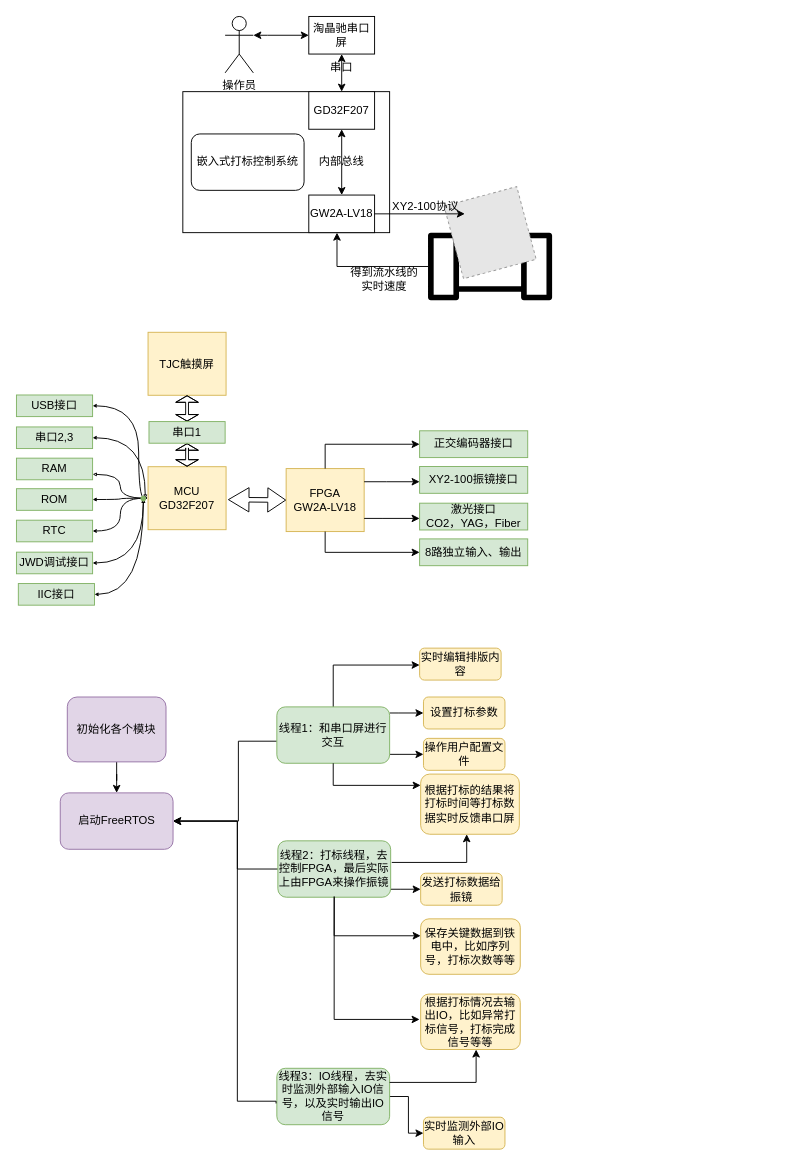
ForestLH/imghost keeps this draw.io diagram as img/未命名绘图.drawio. Above is the earlier version. Source tidied: cells renumbered, new cells numbered last; positions are measured from the earlier drawing's top-left corner, leaving out a move shared by most shapes. Both pictures are drawn from the tidied source at 94%, with x=0, y=0 at pixel (16, 16). Pictures stored in the file or linked from it are replaced by grey dashed boxes.
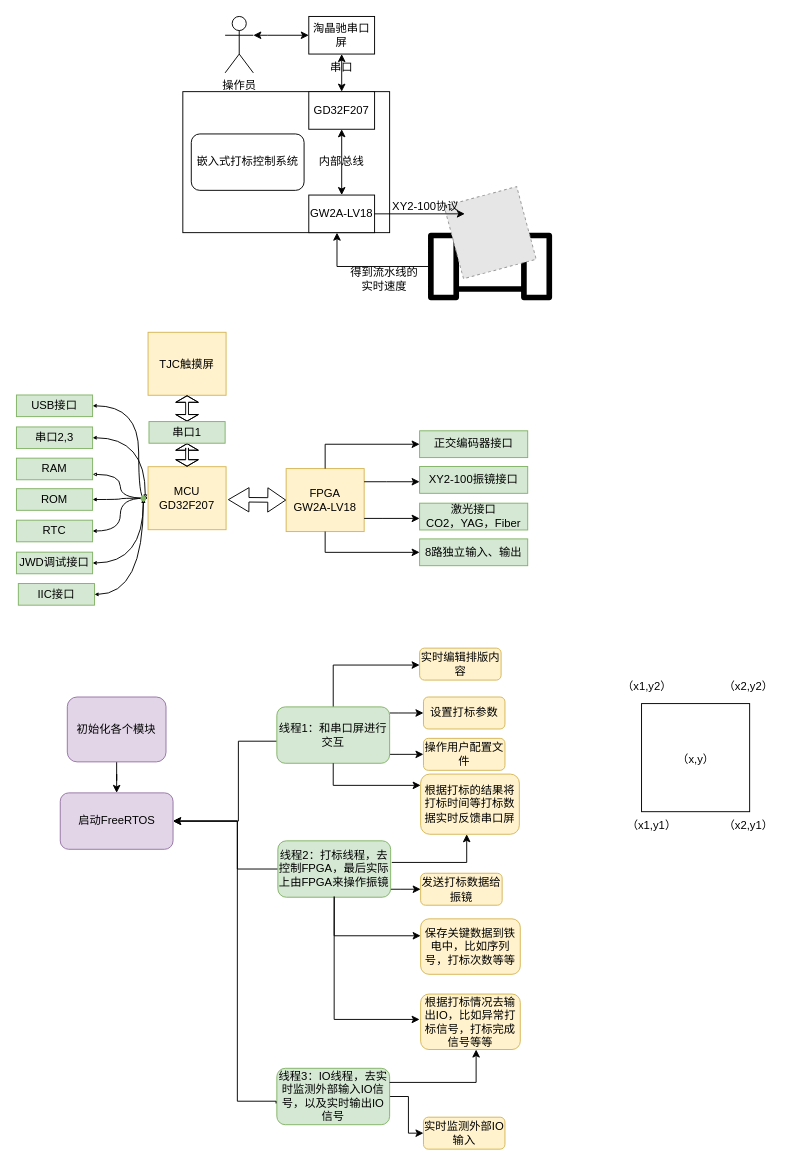
Above is the later version.

Commit message:
更新未命名绘图.drawio

What changed in the source:
```diff
@@
+    <mxCell id="77" style="whiteSpace=wrap;html=1;" parent="1" vertex="1">
+      <mxGeometry x="665" y="731" width="115" height="115" as="geometry" />
+    </mxCell>
+    <mxCell id="78" value="（x1,y2）" style="text;html=1;strokeColor=none;fillColor=none;align=center;verticalAlign=middle;whiteSpace=wrap;rounded=0;" parent="1" vertex="1">
+      <mxGeometry x="641" y="698" width="60" height="30" as="geometry" />
+    </mxCell>
+    <mxCell id="79" value="（x2,y2）" style="text;html=1;strokeColor=none;fillColor=none;align=center;verticalAlign=middle;whiteSpace=wrap;rounded=0;" parent="1" vertex="1">
+      <mxGeometry x="749" y="698" width="60" height="30" as="geometry" />
+    </mxCell>
+    <mxCell id="80" value="（x1,y1）" style="text;html=1;strokeColor=none;fillColor=none;align=center;verticalAlign=middle;whiteSpace=wrap;rounded=0;" parent="1" vertex="1">
+      <mxGeometry x="646" y="846" width="60" height="30" as="geometry" />
+    </mxCell>
+    <mxCell id="81" value="（x2,y1）" style="text;html=1;strokeColor=none;fillColor=none;align=center;verticalAlign=middle;whiteSpace=wrap;rounded=0;" parent="1" vertex="1">
+      <mxGeometry x="749" y="846" width="60" height="30" as="geometry" />
+    </mxCell>
+    <mxCell id="82" value="（x,y）" style="text;html=1;strokeColor=none;fillColor=none;align=center;verticalAlign=middle;whiteSpace=wrap;rounded=0;" parent="1" vertex="1">
+      <mxGeometry x="692.5" y="776" width="60" height="30" as="geometry" />
+    </mxCell>
```
